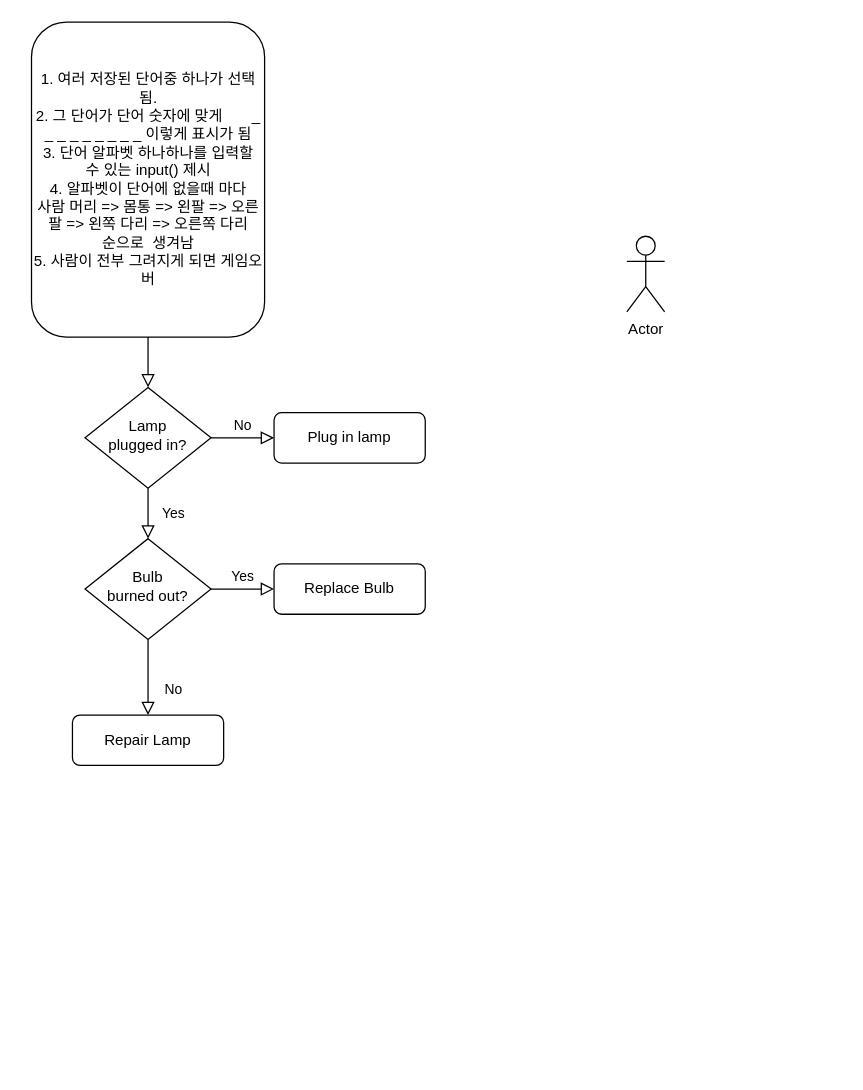
This is 제목 없는 다이어그램.drawio from Jedimonke/popo1, a draw.io file, before an edit. Source tidied: cells renumbered, new cells numbered last; positions are measured from the earlier drawing's top-left corner, leaving out a move shared by most shapes. Both pictures are drawn from the tidied source at 126%, with x=0, y=0 at pixel (32, 21).
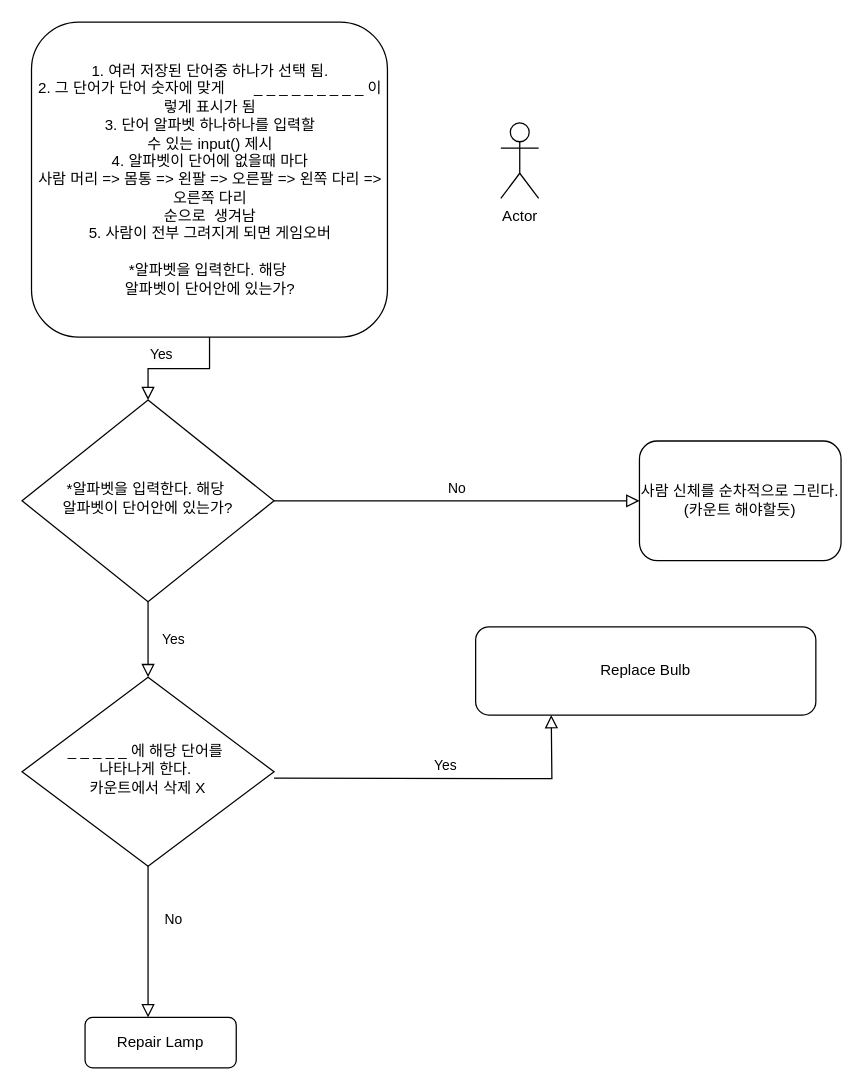
After the change.

Commit message (it also covers changes not shown here):
제목 없는 다이어그램.drawio 업데이트

What changed in the source:
```diff
@@
 <mxGraphModel>
   <root>
     <mxCell id="0" />
     <mxCell id="1" parent="0" />
     <mxCell id="2" style="rounded=0;html=1;jettySize=auto;fontSize=11;endArrow=block;endFill=0;endSize=8;strokeWidth=1;shadow=0;labelBackgroundColor=none;edgeStyle=orthogonalEdgeStyle;" parent="1" edge="1" source="3" target="6">
       <mxGeometry relative="1" as="geometry" />
     </mxCell>
-    <mxCell id="3" value="1. 여러 저장된 단어중 하나가 선택 됨.&lt;br&gt;2. 그 단어가 단어 숫자에 맞게&amp;nbsp; &amp;nbsp; &amp;nbsp; &amp;nbsp;_ _ _ _ _ _ _ _ _ 이렇게 표시가 됨&lt;br&gt;3. 단어 알파벳 하나하나를 입력할&lt;br&gt;수 있는 input() 제시&lt;br&gt;4. 알파벳이 단어에 없을때 마다&lt;br&gt;사람 머리 =&amp;gt; 몸통 =&amp;gt; 왼팔 =&amp;gt; 오른팔 =&amp;gt; 왼쪽 다리 =&amp;gt; 오른쪽 다리&lt;br&gt;순으로&amp;nbsp; 생겨남&lt;br&gt;5. 사람이 전부 그려지게 되면 게임오버" style="rounded=1;whiteSpace=wrap;html=1;fontSize=12;glass=0;strokeWidth=1;shadow=0;" parent="1" vertex="1">
-      <mxGeometry x="-0.5" width="185" height="250" as="geometry" />
+    <mxCell id="3" value="1. 여러 저장된 단어중 하나가 선택 됨.&lt;br&gt;2. 그 단어가 단어 숫자에 맞게&amp;nbsp; &amp;nbsp; &amp;nbsp; &amp;nbsp;_ _ _ _ _ _ _ _ _ 이렇게 표시가 됨&lt;br&gt;3. 단어 알파벳 하나하나를 입력할&lt;br&gt;수 있는 input() 제시&lt;br&gt;4. 알파벳이 단어에 없을때 마다&lt;br&gt;사람 머리 =&amp;gt; 몸통 =&amp;gt; 왼팔 =&amp;gt; 오른팔 =&amp;gt; 왼쪽 다리 =&amp;gt; 오른쪽 다리&lt;br&gt;순으로&amp;nbsp; 생겨남&lt;br&gt;5. 사람이 전부 그려지게 되면 게임오버&lt;br&gt;&lt;br&gt;*알파벳을 입력한다. 해당&amp;nbsp;&lt;br&gt;알파벳이 단어안에 있는가?" style="rounded=1;whiteSpace=wrap;html=1;fontSize=12;glass=0;strokeWidth=1;shadow=0;" parent="1" vertex="1">
+      <mxGeometry x="-0.5" width="282.5" height="250" as="geometry" />
     </mxCell>
-    <mxCell id="4" value="Yes" style="rounded=0;html=1;jettySize=auto;fontSize=11;endArrow=block;endFill=0;endSize=8;strokeWidth=1;shadow=0;labelBackgroundColor=none;edgeStyle=orthogonalEdgeStyle;" parent="1" edge="1" source="6" target="10">
+    <mxCell id="4" value="Yes" style="rounded=0;html=1;jettySize=auto;fontSize=11;endArrow=block;endFill=0;endSize=8;strokeWidth=1;shadow=0;labelBackgroundColor=none;edgeStyle=orthogonalEdgeStyle;entryX=0.5;entryY=0;entryDx=0;entryDy=0;" parent="1" edge="1" source="6" target="15">
       <mxGeometry y="20" relative="1" as="geometry" />
     </mxCell>
     <mxCell id="5" value="No" style="edgeStyle=orthogonalEdgeStyle;rounded=0;html=1;jettySize=auto;fontSize=11;endArrow=block;endFill=0;endSize=8;strokeWidth=1;shadow=0;labelBackgroundColor=none;" parent="1" edge="1" source="6" target="7">
       <mxGeometry y="10" relative="1" as="geometry" />
     </mxCell>
-    <mxCell id="6" value="Lamp&lt;br&gt;plugged in?" style="rhombus;whiteSpace=wrap;html=1;shadow=0;fontFamily=Helvetica;fontSize=12;align=center;strokeWidth=1;spacing=6;spacingTop=-4;" parent="1" vertex="1">
-      <mxGeometry x="42" y="290" width="100" height="80" as="geometry" />
+    <mxCell id="6" value="*알파벳을 입력한다. 해당&amp;nbsp;&lt;br style=&quot;border-color: var(--border-color);&quot;&gt;알파벳이 단어안에 있는가?" style="rhombus;whiteSpace=wrap;html=1;shadow=0;fontFamily=Helvetica;fontSize=12;align=center;strokeWidth=1;spacing=6;spacingTop=-4;" parent="1" vertex="1">
+      <mxGeometry x="-8" y="300" width="200" height="160" as="geometry" />
     </mxCell>
-    <mxCell id="7" value="Plug in lamp" style="rounded=1;whiteSpace=wrap;html=1;fontSize=12;glass=0;strokeWidth=1;shadow=0;" parent="1" vertex="1">
-      <mxGeometry x="192" y="310" width="120" height="40" as="geometry" />
+    <mxCell id="7" value="사람 신체를 순차적으로 그린다. (카운트 해야할듯)" style="rounded=1;whiteSpace=wrap;html=1;fontSize=12;glass=0;strokeWidth=1;shadow=0;" parent="1" vertex="1">
+      <mxGeometry x="482" y="332.5" width="160" height="95" as="geometry" />
     </mxCell>
-    <mxCell id="8" value="No" style="rounded=0;html=1;jettySize=auto;fontSize=11;endArrow=block;endFill=0;endSize=8;strokeWidth=1;shadow=0;labelBackgroundColor=none;edgeStyle=orthogonalEdgeStyle;" parent="1" edge="1" source="10" target="11">
-      <mxGeometry x="0.33" y="20" relative="1" as="geometry" />
+    <mxCell id="8" value="No" style="rounded=0;html=1;jettySize=auto;fontSize=11;endArrow=block;endFill=0;endSize=8;strokeWidth=1;shadow=0;labelBackgroundColor=none;edgeStyle=orthogonalEdgeStyle;" parent="1" edge="1" target="11">
+      <mxGeometry x="0.33" y="20" relative="1" as="geometry">
+        <mxPoint x="92" y="560" as="sourcePoint" />
+        <Array as="points">
+          <mxPoint x="93" y="560" />
+          <mxPoint x="93" y="641" />
+          <mxPoint x="92" y="641" />
+        </Array>
+      </mxGeometry>
     </mxCell>
-    <mxCell id="9" value="Yes" style="edgeStyle=orthogonalEdgeStyle;rounded=0;html=1;jettySize=auto;fontSize=11;endArrow=block;endFill=0;endSize=8;strokeWidth=1;shadow=0;labelBackgroundColor=none;" parent="1" edge="1" source="10" target="12">
-      <mxGeometry y="10" relative="1" as="geometry" />
+    <mxCell id="9" value="Yes" style="edgeStyle=orthogonalEdgeStyle;rounded=0;html=1;jettySize=auto;orthogonalLoop=1;fontSize=11;endArrow=block;endFill=0;endSize=8;strokeWidth=1;shadow=0;labelBackgroundColor=none;" parent="1" edge="1">
+      <mxGeometry y="10" relative="1" as="geometry">
+        <mxPoint x="192" y="600" as="sourcePoint" />
+        <mxPoint x="412" y="550" as="targetPoint" />
+      </mxGeometry>
     </mxCell>
-    <mxCell id="10" value="Bulb&lt;br&gt;burned out?" style="rhombus;whiteSpace=wrap;html=1;shadow=0;fontFamily=Helvetica;fontSize=12;align=center;strokeWidth=1;spacing=6;spacingTop=-4;" parent="1" vertex="1">
-      <mxGeometry x="42" y="410" width="100" height="80" as="geometry" />
-    </mxCell>
     <mxCell id="11" value="Repair Lamp" style="rounded=1;whiteSpace=wrap;html=1;fontSize=12;glass=0;strokeWidth=1;shadow=0;" parent="1" vertex="1">
-      <mxGeometry x="32" y="550" width="120" height="40" as="geometry" />
+      <mxGeometry x="42" y="790" width="120" height="40" as="geometry" />
     </mxCell>
     <mxCell id="12" value="Replace Bulb" style="rounded=1;whiteSpace=wrap;html=1;fontSize=12;glass=0;strokeWidth=1;shadow=0;" parent="1" vertex="1">
-      <mxGeometry x="192" y="430" width="120" height="40" as="geometry" />
+      <mxGeometry x="352" y="480" width="270" height="70" as="geometry" />
     </mxCell>
     <mxCell id="13" value="Actor" style="shape=umlActor;verticalLabelPosition=bottom;verticalAlign=top;html=1;" parent="1" vertex="1">
-      <mxGeometry x="472" y="170" width="30" height="60" as="geometry" />
+      <mxGeometry x="372" y="80" width="30" height="60" as="geometry" />
     </mxCell>
+    <mxCell id="14" value="&lt;span style=&quot;color: rgb(0, 0, 0); font-family: Helvetica; font-size: 11px; font-style: normal; font-variant-ligatures: normal; font-variant-caps: normal; font-weight: 400; letter-spacing: normal; orphans: 2; text-align: center; text-indent: 0px; text-transform: none; widows: 2; word-spacing: 0px; -webkit-text-stroke-width: 0px; background-color: rgb(251, 251, 251); text-decoration-thickness: initial; text-decoration-style: initial; text-decoration-color: initial; float: none; display: inline !important;&quot;&gt;Yes&lt;/span&gt;" style="text;whiteSpace=wrap;html=1;" parent="1" vertex="1">
+      <mxGeometry x="92" y="250" width="50" height="40" as="geometry" />
+    </mxCell>
+    <mxCell id="15" value="_ _ _ _ _ 에 해당 단어를&amp;nbsp;&lt;br&gt;나타나게 한다.&amp;nbsp;&lt;br&gt;카운트에서 삭제 X" style="rhombus;whiteSpace=wrap;html=1;shadow=0;fontFamily=Helvetica;fontSize=12;align=center;strokeWidth=1;spacing=6;spacingTop=-4;" parent="1" vertex="1">
+      <mxGeometry x="-8" y="520" width="200" height="150" as="geometry" />
+    </mxCell>
   </root>
 </mxGraphModel>
```
